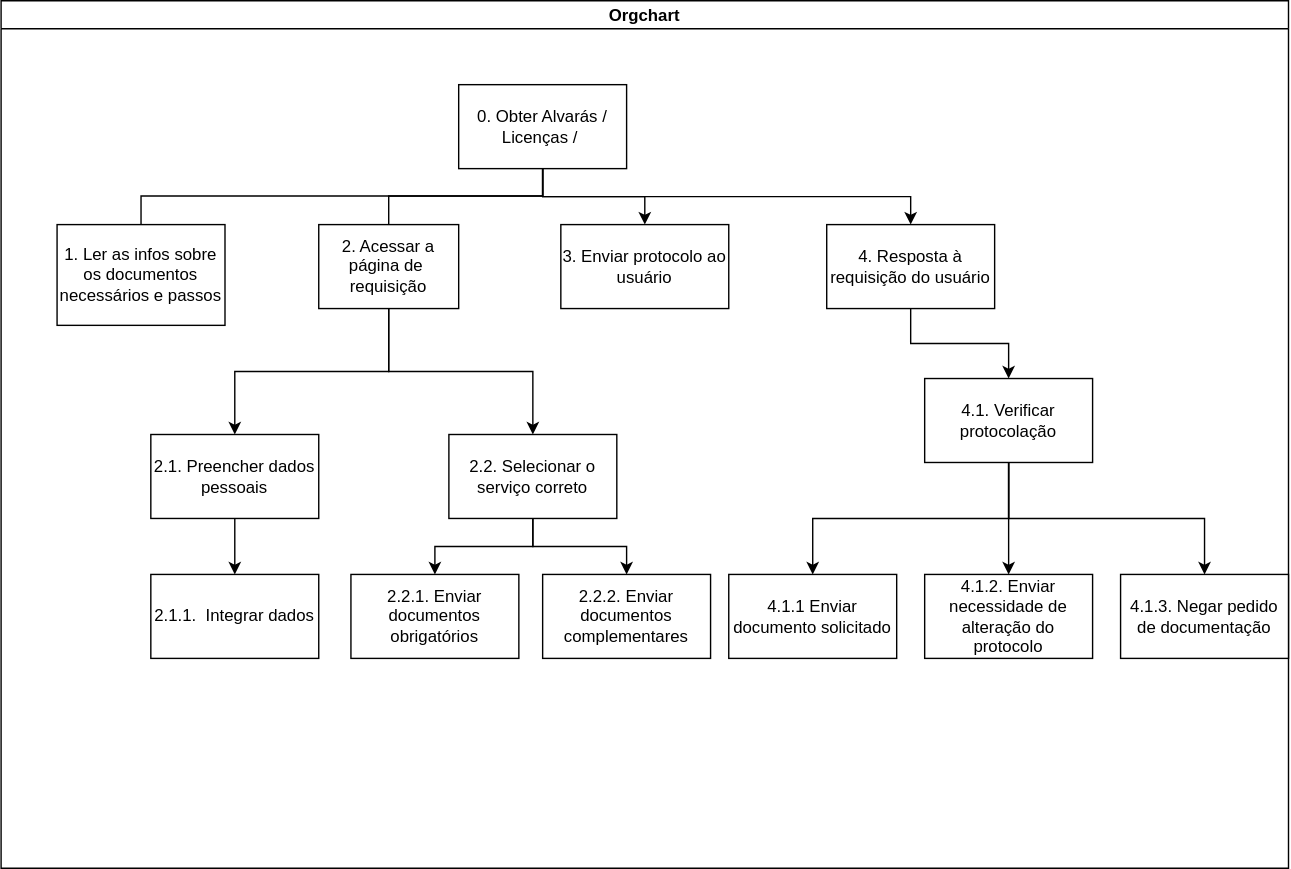
Before: assets/img/aht_licencas-alvaras.drawio.svg, a diagram exported from draw.io (Interacao-Humano-Computador/2021.2-Prefeitura-de-Passo-Fundo). Source tidied: cells renumbered, new cells last; positions are measured from the earlier drawing's top-left corner, leaving out a move shared by most shapes. Its diagram source:
```xml
<mxGraphModel>
  <root>
    <mxCell id="0" />
    <mxCell id="1" parent="0" />
    <mxCell id="2" value="Orgchart" style="swimlane;startSize=20;horizontal=1;containerType=tree;newEdgeStyle={&quot;edgeStyle&quot;:&quot;elbowEdgeStyle&quot;,&quot;startArrow&quot;:&quot;none&quot;,&quot;endArrow&quot;:&quot;none&quot;};" parent="1" vertex="1">
      <mxGeometry width="920" height="620" as="geometry" />
    </mxCell>
    <mxCell id="3" style="edgeStyle=elbowEdgeStyle;elbow=vertical;startArrow=none;endArrow=none;rounded=0;" parent="2" edge="1" source="7" target="8">
      <mxGeometry relative="1" as="geometry" />
    </mxCell>
    <mxCell id="4" style="edgeStyle=elbowEdgeStyle;elbow=vertical;startArrow=none;endArrow=none;rounded=0;" parent="2" edge="1" source="7" target="11">
      <mxGeometry relative="1" as="geometry" />
    </mxCell>
    <mxCell id="5" style="edgeStyle=orthogonalEdgeStyle;rounded=0;jettySize=auto;html=1;entryX=0.5;entryY=0;entryDx=0;entryDy=0;" parent="2" edge="1" source="7" target="12">
      <mxGeometry relative="1" as="geometry" />
    </mxCell>
    <mxCell id="6" style="edgeStyle=orthogonalEdgeStyle;rounded=0;jettySize=auto;html=1;exitX=0.5;exitY=1;exitDx=0;exitDy=0;" parent="2" edge="1" source="7" target="14">
      <mxGeometry relative="1" as="geometry" />
    </mxCell>
    <mxCell id="7" value="0. Obter Alvarás / Licenças /&amp;nbsp;" style="whiteSpace=wrap;html=1;align=center;newEdgeStyle={&quot;edgeStyle&quot;:&quot;elbowEdgeStyle&quot;,&quot;startArrow&quot;:&quot;none&quot;,&quot;endArrow&quot;:&quot;none&quot;};" parent="2" vertex="1">
      <mxGeometry x="327" y="60" width="120" height="60" as="geometry" />
    </mxCell>
    <mxCell id="8" value="1. Ler as infos sobre os documentos necessários e passos" style="whiteSpace=wrap;html=1;align=center;verticalAlign=middle;newEdgeStyle={&quot;edgeStyle&quot;:&quot;elbowEdgeStyle&quot;,&quot;startArrow&quot;:&quot;none&quot;,&quot;endArrow&quot;:&quot;none&quot;};" parent="2" vertex="1">
      <mxGeometry x="40" y="160" width="120" height="72" as="geometry" />
    </mxCell>
    <mxCell id="9" style="edgeStyle=orthogonalEdgeStyle;rounded=0;jettySize=auto;html=1;" parent="2" edge="1" source="11" target="16">
      <mxGeometry relative="1" as="geometry" />
    </mxCell>
    <mxCell id="10" style="edgeStyle=orthogonalEdgeStyle;rounded=0;jettySize=auto;html=1;entryX=0.5;entryY=0;entryDx=0;entryDy=0;" parent="2" edge="1" source="11" target="20">
      <mxGeometry relative="1" as="geometry" />
    </mxCell>
    <mxCell id="11" value="2. Acessar a página de&amp;nbsp; requisição&lt;br&gt;" style="whiteSpace=wrap;html=1;align=center;verticalAlign=middle;newEdgeStyle={&quot;edgeStyle&quot;:&quot;elbowEdgeStyle&quot;,&quot;startArrow&quot;:&quot;none&quot;,&quot;endArrow&quot;:&quot;none&quot;};" parent="2" vertex="1">
      <mxGeometry x="227" y="160" width="100" height="60" as="geometry" />
    </mxCell>
    <mxCell id="12" value="3. Enviar protocolo ao usuário&lt;br&gt;" style="whiteSpace=wrap;html=1;align=center;newEdgeStyle={&quot;edgeStyle&quot;:&quot;elbowEdgeStyle&quot;,&quot;startArrow&quot;:&quot;none&quot;,&quot;endArrow&quot;:&quot;none&quot;};" parent="2" vertex="1">
      <mxGeometry x="400" y="160" width="120" height="60" as="geometry" />
    </mxCell>
    <mxCell id="13" style="edgeStyle=orthogonalEdgeStyle;rounded=0;jettySize=auto;html=1;" parent="2" edge="1" source="14" target="25">
      <mxGeometry relative="1" as="geometry" />
    </mxCell>
    <mxCell id="14" value="4. Resposta à requisição do usuário" style="whiteSpace=wrap;html=1;align=center;newEdgeStyle={&quot;edgeStyle&quot;:&quot;elbowEdgeStyle&quot;,&quot;startArrow&quot;:&quot;none&quot;,&quot;endArrow&quot;:&quot;none&quot;};" parent="2" vertex="1">
      <mxGeometry x="590" y="160" width="120" height="60" as="geometry" />
    </mxCell>
    <mxCell id="15" style="edgeStyle=orthogonalEdgeStyle;rounded=0;jettySize=auto;html=1;" parent="2" edge="1" source="16" target="17">
      <mxGeometry relative="1" as="geometry" />
    </mxCell>
    <mxCell id="16" value="2.1. Preencher dados pessoais&lt;br&gt;" style="whiteSpace=wrap;html=1;align=center;newEdgeStyle={&quot;edgeStyle&quot;:&quot;elbowEdgeStyle&quot;,&quot;startArrow&quot;:&quot;none&quot;,&quot;endArrow&quot;:&quot;none&quot;};" parent="2" vertex="1">
      <mxGeometry x="107" y="310" width="120" height="60" as="geometry" />
    </mxCell>
    <mxCell id="17" value="2.1.1.&amp;nbsp; Integrar dados" style="whiteSpace=wrap;html=1;align=center;newEdgeStyle={&quot;edgeStyle&quot;:&quot;elbowEdgeStyle&quot;,&quot;startArrow&quot;:&quot;none&quot;,&quot;endArrow&quot;:&quot;none&quot;};" parent="2" vertex="1">
      <mxGeometry x="107" y="410" width="120" height="60" as="geometry" />
    </mxCell>
    <mxCell id="18" style="edgeStyle=orthogonalEdgeStyle;rounded=0;jettySize=auto;html=1;entryX=0.5;entryY=0;entryDx=0;entryDy=0;" parent="2" edge="1" source="20" target="21">
      <mxGeometry relative="1" as="geometry" />
    </mxCell>
    <mxCell id="19" style="edgeStyle=orthogonalEdgeStyle;rounded=0;jettySize=auto;html=1;entryX=0.5;entryY=0;entryDx=0;entryDy=0;" parent="2" edge="1" source="20" target="22">
      <mxGeometry relative="1" as="geometry" />
    </mxCell>
    <mxCell id="20" value="2.2. Selecionar o serviço correto" style="whiteSpace=wrap;html=1;align=center;newEdgeStyle={&quot;edgeStyle&quot;:&quot;elbowEdgeStyle&quot;,&quot;startArrow&quot;:&quot;none&quot;,&quot;endArrow&quot;:&quot;none&quot;};" parent="2" vertex="1">
      <mxGeometry x="320" y="310" width="120" height="60" as="geometry" />
    </mxCell>
    <mxCell id="21" value="2.2.1. Enviar documentos obrigatórios" style="whiteSpace=wrap;html=1;align=center;newEdgeStyle={&quot;edgeStyle&quot;:&quot;elbowEdgeStyle&quot;,&quot;startArrow&quot;:&quot;none&quot;,&quot;endArrow&quot;:&quot;none&quot;};" parent="2" vertex="1">
      <mxGeometry x="250" y="410" width="120" height="60" as="geometry" />
    </mxCell>
    <mxCell id="22" value="2.2.2. Enviar documentos complementares" style="whiteSpace=wrap;html=1;align=center;newEdgeStyle={&quot;edgeStyle&quot;:&quot;elbowEdgeStyle&quot;,&quot;startArrow&quot;:&quot;none&quot;,&quot;endArrow&quot;:&quot;none&quot;};" parent="2" vertex="1">
      <mxGeometry x="387" y="410" width="120" height="60" as="geometry" />
    </mxCell>
    <mxCell id="23" style="edgeStyle=orthogonalEdgeStyle;rounded=0;jettySize=auto;html=1;" parent="2" edge="1" source="25" target="28">
      <mxGeometry relative="1" as="geometry" />
    </mxCell>
    <mxCell id="24" style="edgeStyle=orthogonalEdgeStyle;rounded=0;jettySize=auto;html=1;exitX=0.5;exitY=1;exitDx=0;exitDy=0;" parent="2" edge="1" source="25" target="29">
      <mxGeometry relative="1" as="geometry" />
    </mxCell>
    <mxCell id="25" value="4.1. Verificar protocolação" style="whiteSpace=wrap;html=1;align=center;newEdgeStyle={&quot;edgeStyle&quot;:&quot;elbowEdgeStyle&quot;,&quot;startArrow&quot;:&quot;none&quot;,&quot;endArrow&quot;:&quot;none&quot;};" parent="2" vertex="1">
      <mxGeometry x="660" y="270" width="120" height="60" as="geometry" />
    </mxCell>
    <mxCell id="26" style="edgeStyle=orthogonalEdgeStyle;rounded=0;jettySize=auto;html=1;exitX=0.5;exitY=1;exitDx=0;exitDy=0;" parent="2" edge="1" source="25" target="27">
      <mxGeometry relative="1" as="geometry" />
    </mxCell>
    <mxCell id="27" value="4.1.1 Enviar documento solicitado" style="whiteSpace=wrap;html=1;align=center;newEdgeStyle={&quot;edgeStyle&quot;:&quot;elbowEdgeStyle&quot;,&quot;startArrow&quot;:&quot;none&quot;,&quot;endArrow&quot;:&quot;none&quot;};" parent="2" vertex="1">
      <mxGeometry x="520" y="410" width="120" height="60" as="geometry" />
    </mxCell>
    <mxCell id="28" value="4.1.2. Enviar necessidade de alteração do protocolo&lt;br&gt;" style="whiteSpace=wrap;html=1;align=center;newEdgeStyle={&quot;edgeStyle&quot;:&quot;elbowEdgeStyle&quot;,&quot;startArrow&quot;:&quot;none&quot;,&quot;endArrow&quot;:&quot;none&quot;};" parent="2" vertex="1">
      <mxGeometry x="660" y="410" width="120" height="60" as="geometry" />
    </mxCell>
    <mxCell id="29" value="4.1.3. Negar pedido de documentação" style="whiteSpace=wrap;html=1;align=center;newEdgeStyle={&quot;edgeStyle&quot;:&quot;elbowEdgeStyle&quot;,&quot;startArrow&quot;:&quot;none&quot;,&quot;endArrow&quot;:&quot;none&quot;};" parent="2" vertex="1">
      <mxGeometry x="800" y="410" width="120" height="60" as="geometry" />
    </mxCell>
  </root>
</mxGraphModel>
```
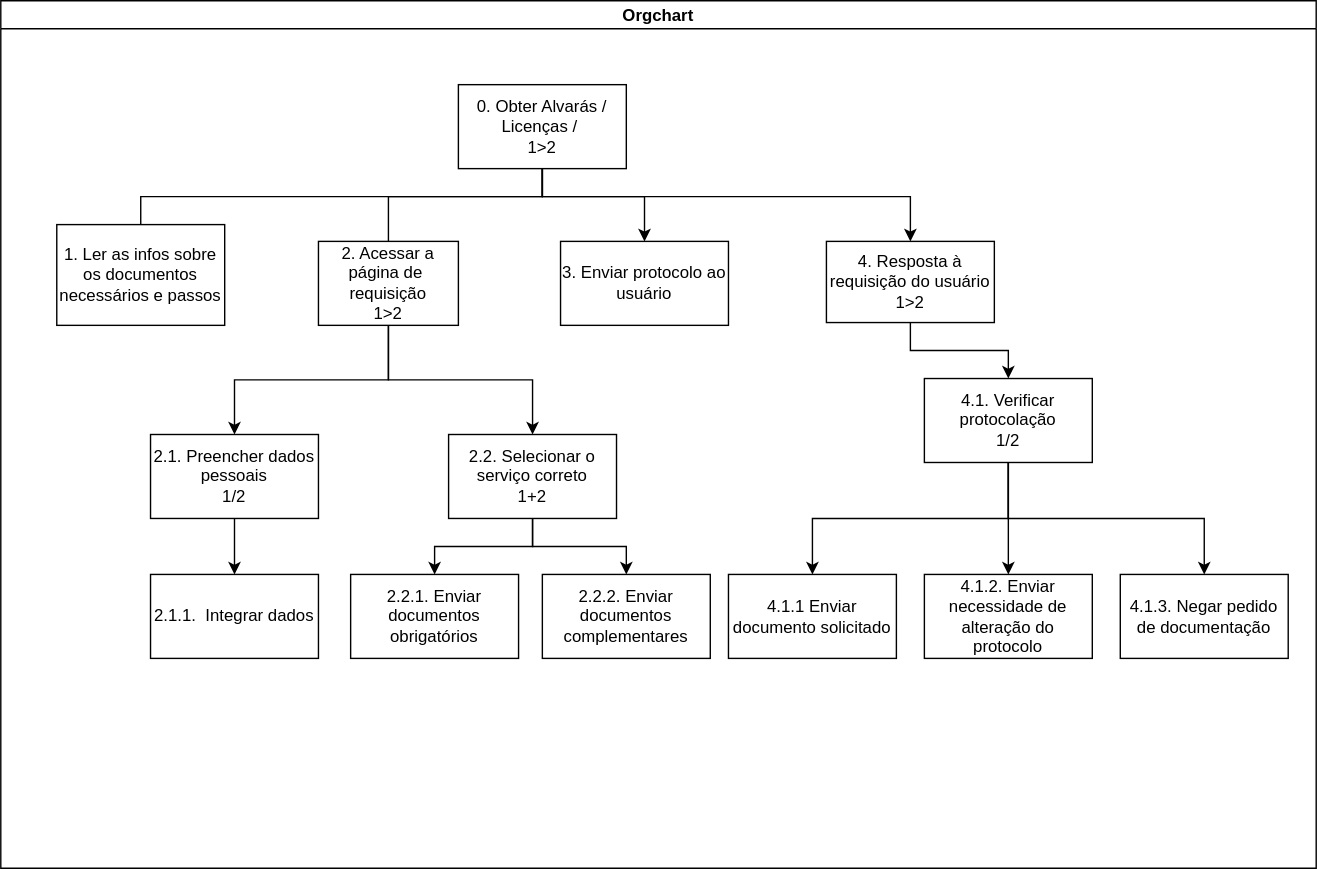
Later version of the same file.

Diff of the diagram source:
```diff
@@ -3,21 +3,35 @@
     <mxCell id="0" />
     <mxCell id="1" parent="0" />
     <mxCell id="2" value="Orgchart" style="swimlane;startSize=20;horizontal=1;containerType=tree;newEdgeStyle={&quot;edgeStyle&quot;:&quot;elbowEdgeStyle&quot;,&quot;startArrow&quot;:&quot;none&quot;,&quot;endArrow&quot;:&quot;none&quot;};" parent="1" vertex="1">
-      <mxGeometry width="920" height="620" as="geometry" />
+      <mxGeometry width="940" height="620" as="geometry" />
     </mxCell>
     <mxCell id="3" style="edgeStyle=elbowEdgeStyle;elbow=vertical;startArrow=none;endArrow=none;rounded=0;" parent="2" edge="1" source="7" target="8">
       <mxGeometry relative="1" as="geometry" />
     </mxCell>
-    <mxCell id="4" style="edgeStyle=elbowEdgeStyle;elbow=vertical;startArrow=none;endArrow=none;rounded=0;" parent="2" edge="1" source="7" target="11">
-      <mxGeometry relative="1" as="geometry" />
+    <mxCell id="4" style="edgeStyle=elbowEdgeStyle;elbow=vertical;startArrow=none;endArrow=none;rounded=0;exitX=0.5;exitY=1;exitDx=0;exitDy=0;" parent="2" edge="1" source="7" target="11">
+      <mxGeometry relative="1" as="geometry">
+        <Array as="points">
+          <mxPoint x="330" y="140" />
+        </Array>
+      </mxGeometry>
     </mxCell>
     <mxCell id="5" style="edgeStyle=orthogonalEdgeStyle;rounded=0;jettySize=auto;html=1;entryX=0.5;entryY=0;entryDx=0;entryDy=0;" parent="2" edge="1" source="7" target="12">
-      <mxGeometry relative="1" as="geometry" />
+      <mxGeometry relative="1" as="geometry">
+        <Array as="points">
+          <mxPoint x="387" y="140" />
+          <mxPoint x="460" y="140" />
+        </Array>
+      </mxGeometry>
     </mxCell>
     <mxCell id="6" style="edgeStyle=orthogonalEdgeStyle;rounded=0;jettySize=auto;html=1;exitX=0.5;exitY=1;exitDx=0;exitDy=0;" parent="2" edge="1" source="7" target="14">
-      <mxGeometry relative="1" as="geometry" />
+      <mxGeometry relative="1" as="geometry">
+        <Array as="points">
+          <mxPoint x="387" y="140" />
+          <mxPoint x="650" y="140" />
+        </Array>
+      </mxGeometry>
     </mxCell>
-    <mxCell id="7" value="0. Obter Alvarás / Licenças /&amp;nbsp;" style="whiteSpace=wrap;html=1;align=center;newEdgeStyle={&quot;edgeStyle&quot;:&quot;elbowEdgeStyle&quot;,&quot;startArrow&quot;:&quot;none&quot;,&quot;endArrow&quot;:&quot;none&quot;};" parent="2" vertex="1">
+    <mxCell id="7" value="0. Obter Alvarás / Licenças /&amp;nbsp;&lt;br&gt;1&amp;gt;2" style="whiteSpace=wrap;html=1;align=center;newEdgeStyle={&quot;edgeStyle&quot;:&quot;elbowEdgeStyle&quot;,&quot;startArrow&quot;:&quot;none&quot;,&quot;endArrow&quot;:&quot;none&quot;};" parent="2" vertex="1">
       <mxGeometry x="327" y="60" width="120" height="60" as="geometry" />
     </mxCell>
     <mxCell id="8" value="1. Ler as infos sobre os documentos necessários e passos" style="whiteSpace=wrap;html=1;align=center;verticalAlign=middle;newEdgeStyle={&quot;edgeStyle&quot;:&quot;elbowEdgeStyle&quot;,&quot;startArrow&quot;:&quot;none&quot;,&quot;endArrow&quot;:&quot;none&quot;};" parent="2" vertex="1">
@@ -29,22 +43,22 @@
     <mxCell id="10" style="edgeStyle=orthogonalEdgeStyle;rounded=0;jettySize=auto;html=1;entryX=0.5;entryY=0;entryDx=0;entryDy=0;" parent="2" edge="1" source="11" target="20">
       <mxGeometry relative="1" as="geometry" />
     </mxCell>
-    <mxCell id="11" value="2. Acessar a página de&amp;nbsp; requisição&lt;br&gt;" style="whiteSpace=wrap;html=1;align=center;verticalAlign=middle;newEdgeStyle={&quot;edgeStyle&quot;:&quot;elbowEdgeStyle&quot;,&quot;startArrow&quot;:&quot;none&quot;,&quot;endArrow&quot;:&quot;none&quot;};" parent="2" vertex="1">
-      <mxGeometry x="227" y="160" width="100" height="60" as="geometry" />
+    <mxCell id="11" value="2. Acessar a página de&amp;nbsp; requisição&lt;br&gt;1&amp;gt;2" style="whiteSpace=wrap;html=1;align=center;verticalAlign=middle;newEdgeStyle={&quot;edgeStyle&quot;:&quot;elbowEdgeStyle&quot;,&quot;startArrow&quot;:&quot;none&quot;,&quot;endArrow&quot;:&quot;none&quot;};" parent="2" vertex="1">
+      <mxGeometry x="227" y="172" width="100" height="60" as="geometry" />
     </mxCell>
     <mxCell id="12" value="3. Enviar protocolo ao usuário&lt;br&gt;" style="whiteSpace=wrap;html=1;align=center;newEdgeStyle={&quot;edgeStyle&quot;:&quot;elbowEdgeStyle&quot;,&quot;startArrow&quot;:&quot;none&quot;,&quot;endArrow&quot;:&quot;none&quot;};" parent="2" vertex="1">
-      <mxGeometry x="400" y="160" width="120" height="60" as="geometry" />
+      <mxGeometry x="400" y="172" width="120" height="60" as="geometry" />
     </mxCell>
     <mxCell id="13" style="edgeStyle=orthogonalEdgeStyle;rounded=0;jettySize=auto;html=1;" parent="2" edge="1" source="14" target="25">
       <mxGeometry relative="1" as="geometry" />
     </mxCell>
-    <mxCell id="14" value="4. Resposta à requisição do usuário" style="whiteSpace=wrap;html=1;align=center;newEdgeStyle={&quot;edgeStyle&quot;:&quot;elbowEdgeStyle&quot;,&quot;startArrow&quot;:&quot;none&quot;,&quot;endArrow&quot;:&quot;none&quot;};" parent="2" vertex="1">
-      <mxGeometry x="590" y="160" width="120" height="60" as="geometry" />
+    <mxCell id="14" value="4. Resposta à requisição do usuário&lt;br&gt;1&amp;gt;2" style="whiteSpace=wrap;html=1;align=center;newEdgeStyle={&quot;edgeStyle&quot;:&quot;elbowEdgeStyle&quot;,&quot;startArrow&quot;:&quot;none&quot;,&quot;endArrow&quot;:&quot;none&quot;};" parent="2" vertex="1">
+      <mxGeometry x="590" y="172" width="120" height="58" as="geometry" />
     </mxCell>
     <mxCell id="15" style="edgeStyle=orthogonalEdgeStyle;rounded=0;jettySize=auto;html=1;" parent="2" edge="1" source="16" target="17">
       <mxGeometry relative="1" as="geometry" />
     </mxCell>
-    <mxCell id="16" value="2.1. Preencher dados pessoais&lt;br&gt;" style="whiteSpace=wrap;html=1;align=center;newEdgeStyle={&quot;edgeStyle&quot;:&quot;elbowEdgeStyle&quot;,&quot;startArrow&quot;:&quot;none&quot;,&quot;endArrow&quot;:&quot;none&quot;};" parent="2" vertex="1">
+    <mxCell id="16" value="2.1. Preencher dados pessoais&lt;br&gt;1/2" style="whiteSpace=wrap;html=1;align=center;newEdgeStyle={&quot;edgeStyle&quot;:&quot;elbowEdgeStyle&quot;,&quot;startArrow&quot;:&quot;none&quot;,&quot;endArrow&quot;:&quot;none&quot;};" parent="2" vertex="1">
       <mxGeometry x="107" y="310" width="120" height="60" as="geometry" />
     </mxCell>
     <mxCell id="17" value="2.1.1.&amp;nbsp; Integrar dados" style="whiteSpace=wrap;html=1;align=center;newEdgeStyle={&quot;edgeStyle&quot;:&quot;elbowEdgeStyle&quot;,&quot;startArrow&quot;:&quot;none&quot;,&quot;endArrow&quot;:&quot;none&quot;};" parent="2" vertex="1">
@@ -56,7 +70,7 @@
     <mxCell id="19" style="edgeStyle=orthogonalEdgeStyle;rounded=0;jettySize=auto;html=1;entryX=0.5;entryY=0;entryDx=0;entryDy=0;" parent="2" edge="1" source="20" target="22">
       <mxGeometry relative="1" as="geometry" />
     </mxCell>
-    <mxCell id="20" value="2.2. Selecionar o serviço correto" style="whiteSpace=wrap;html=1;align=center;newEdgeStyle={&quot;edgeStyle&quot;:&quot;elbowEdgeStyle&quot;,&quot;startArrow&quot;:&quot;none&quot;,&quot;endArrow&quot;:&quot;none&quot;};" parent="2" vertex="1">
+    <mxCell id="20" value="2.2. Selecionar o serviço correto&lt;br&gt;1+2" style="whiteSpace=wrap;html=1;align=center;newEdgeStyle={&quot;edgeStyle&quot;:&quot;elbowEdgeStyle&quot;,&quot;startArrow&quot;:&quot;none&quot;,&quot;endArrow&quot;:&quot;none&quot;};" parent="2" vertex="1">
       <mxGeometry x="320" y="310" width="120" height="60" as="geometry" />
     </mxCell>
     <mxCell id="21" value="2.2.1. Enviar documentos obrigatórios" style="whiteSpace=wrap;html=1;align=center;newEdgeStyle={&quot;edgeStyle&quot;:&quot;elbowEdgeStyle&quot;,&quot;startArrow&quot;:&quot;none&quot;,&quot;endArrow&quot;:&quot;none&quot;};" parent="2" vertex="1">
@@ -71,7 +85,7 @@
     <mxCell id="24" style="edgeStyle=orthogonalEdgeStyle;rounded=0;jettySize=auto;html=1;exitX=0.5;exitY=1;exitDx=0;exitDy=0;" parent="2" edge="1" source="25" target="29">
       <mxGeometry relative="1" as="geometry" />
     </mxCell>
-    <mxCell id="25" value="4.1. Verificar protocolação" style="whiteSpace=wrap;html=1;align=center;newEdgeStyle={&quot;edgeStyle&quot;:&quot;elbowEdgeStyle&quot;,&quot;startArrow&quot;:&quot;none&quot;,&quot;endArrow&quot;:&quot;none&quot;};" parent="2" vertex="1">
+    <mxCell id="25" value="4.1. Verificar protocolação&lt;br&gt;1/2" style="whiteSpace=wrap;html=1;align=center;newEdgeStyle={&quot;edgeStyle&quot;:&quot;elbowEdgeStyle&quot;,&quot;startArrow&quot;:&quot;none&quot;,&quot;endArrow&quot;:&quot;none&quot;};" parent="2" vertex="1">
       <mxGeometry x="660" y="270" width="120" height="60" as="geometry" />
     </mxCell>
     <mxCell id="26" style="edgeStyle=orthogonalEdgeStyle;rounded=0;jettySize=auto;html=1;exitX=0.5;exitY=1;exitDx=0;exitDy=0;" parent="2" edge="1" source="25" target="27">
```
